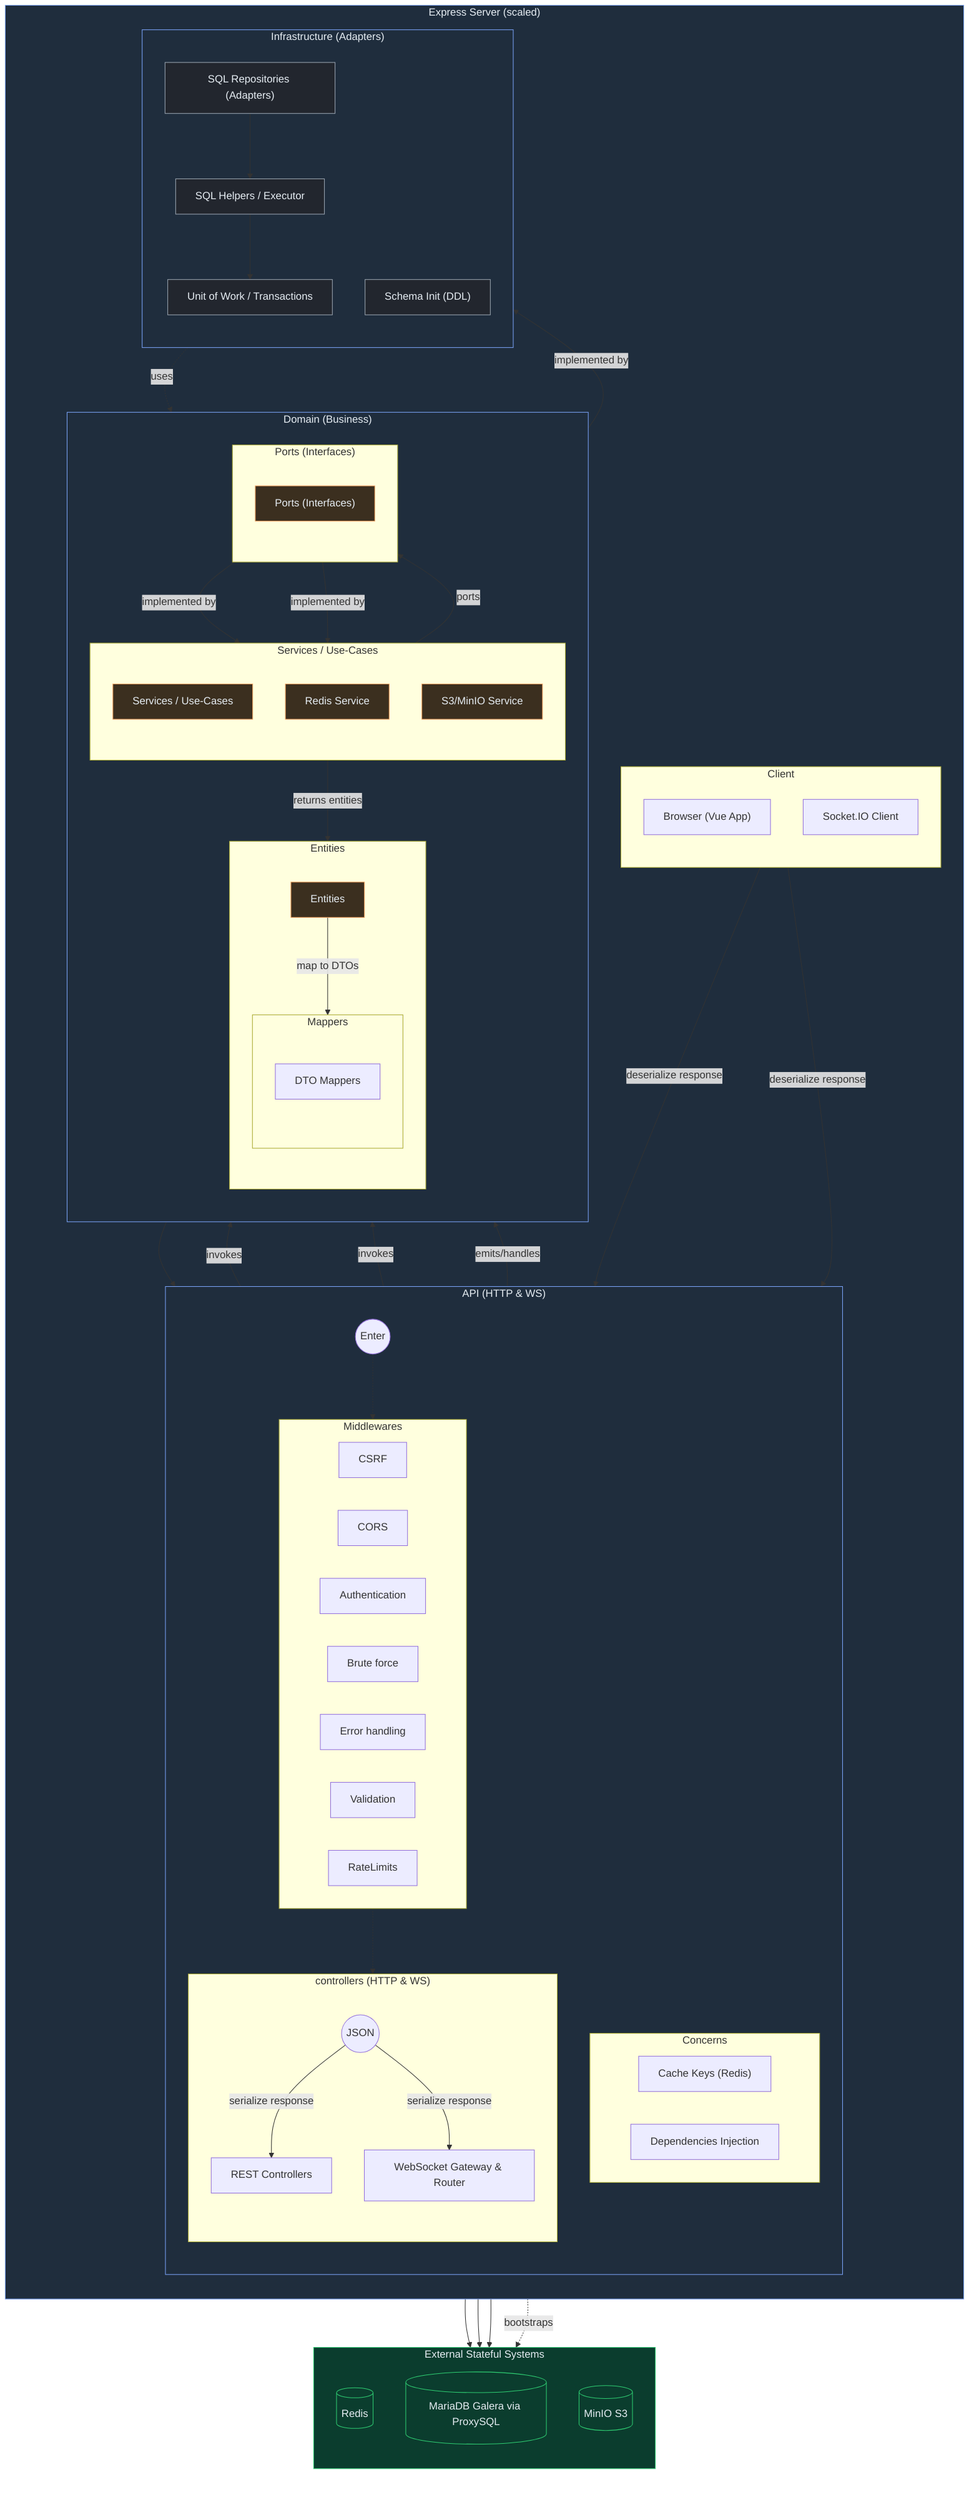
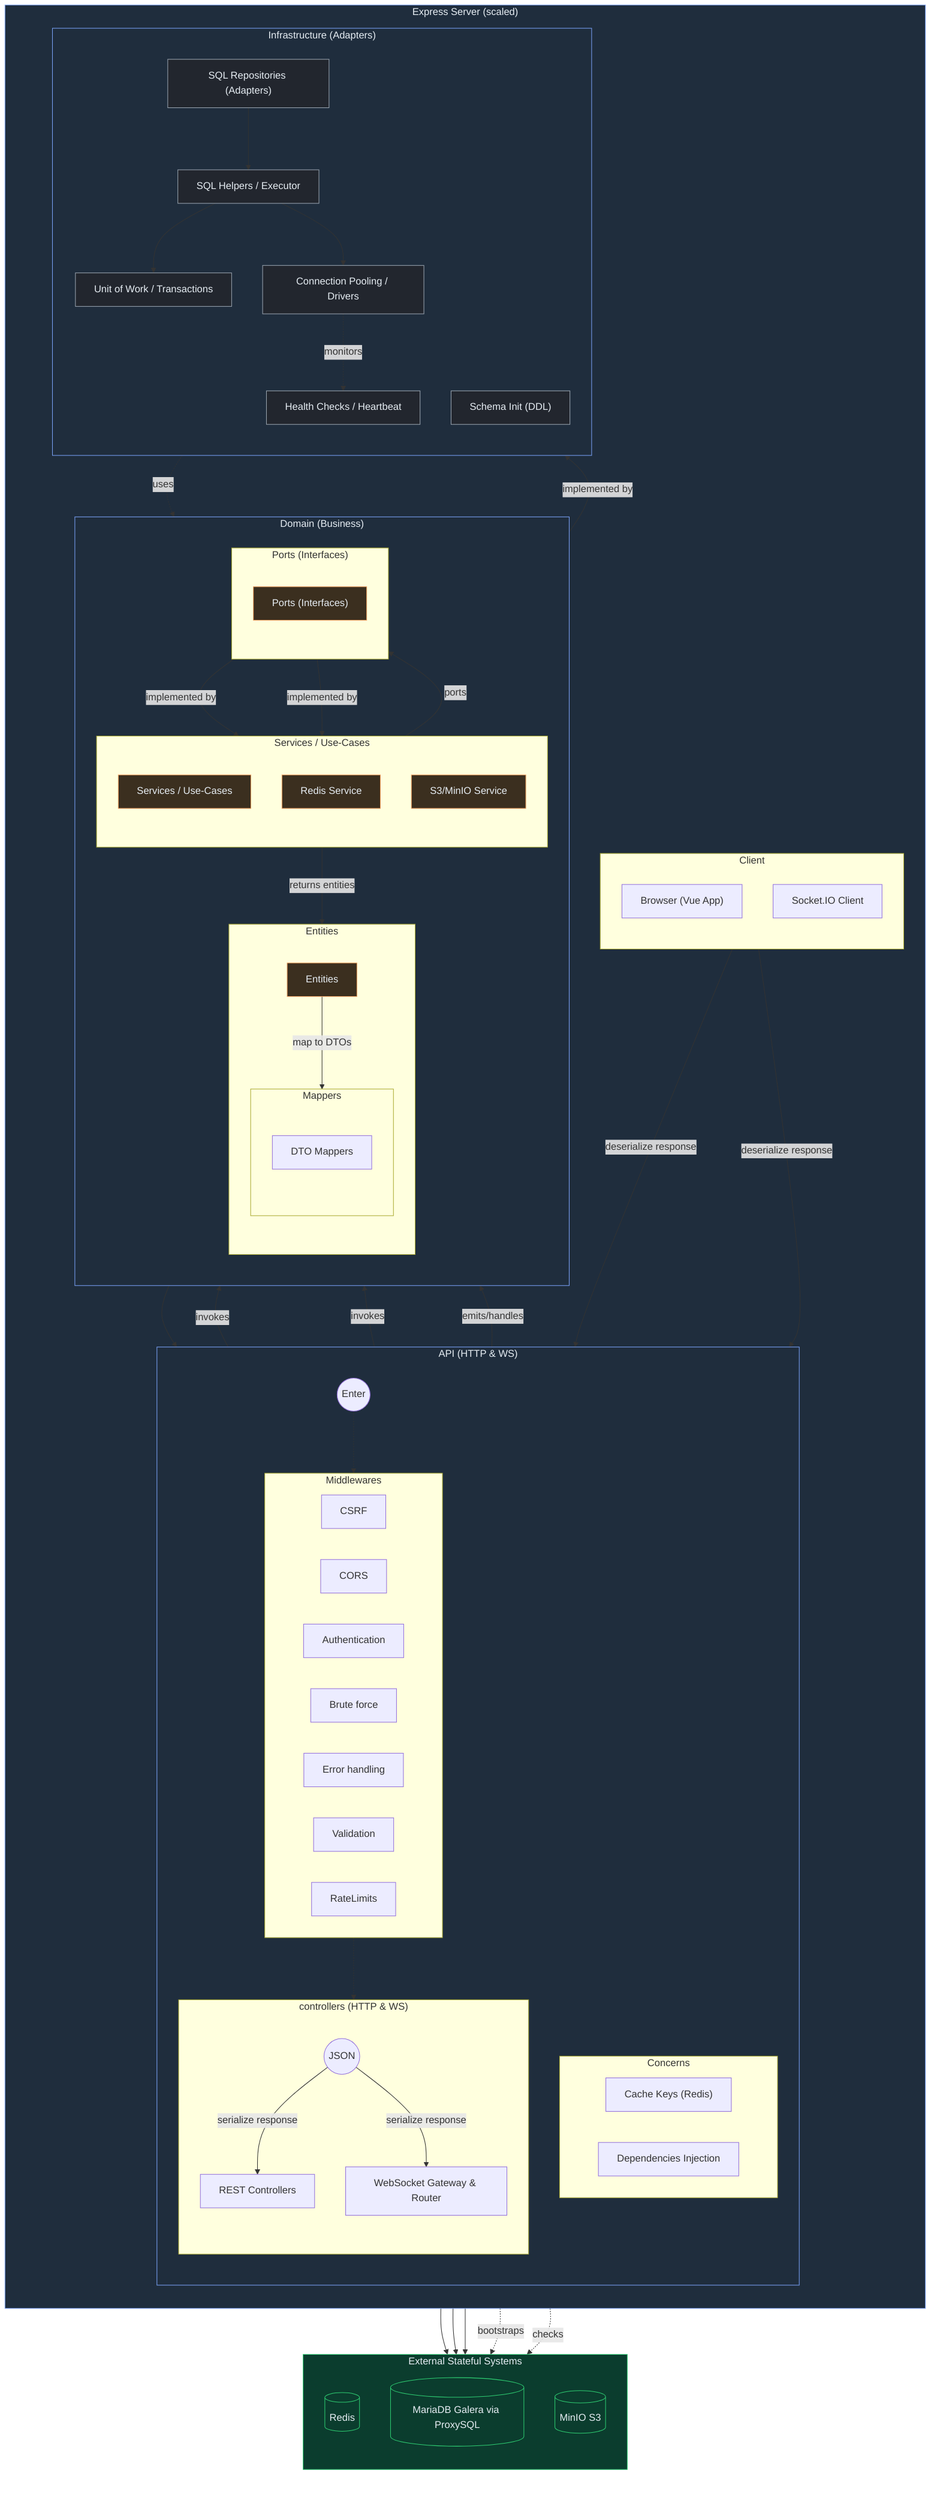
flowchart TB
  subgraph Server["Express Server (scaled)"]
    direction TB

    subgraph Client["Client"]
      direction TB
      Browser["Browser (Vue App)"]
      SocketClient["Socket.IO Client"]
    end

    subgraph API["API (HTTP & WS)"]
      direction TB
      E["Enter"]
      subgraph Concerns["Concerns"]
        CACHEK["Cache Keys (Redis)"]
        DI["Dependencies Injection"]
      end
      subgraph Middlewares["Middlewares"]
        CSRFN["CSRF"]
        CORSN["CORS"]
        AUTH["Authentication"]
        BRFR["Brute force"]
        ERR["Error handling"]
        VAL["Validation"]
        RATES["RateLimits"]
      end
      subgraph Controllers["controllers (HTTP & WS)"]
        direction TB
        J["JSON"]

        REST["REST Controllers"]
        WS["WebSocket Gateway & Router"]
      end

    end

    subgraph Domain["Domain (Business)"]
      direction TB

      subgraph Entities["Entities"]
        direction TB
        ENT["Entities"]
        subgraph Mappers["Mappers"]
          direction TB
          DTO["DTO Mappers"]
        end
      end

      subgraph Services["Services / Use-Cases"]
        direction TB
        SRV["Services / Use-Cases"]
        REDIS["Redis Service"]
        S3["S3/MinIO Service"]
      end

      subgraph Ports["Ports (Interfaces)"]
        direction TB
        IF["Ports (Interfaces)"]
      end
    end

    subgraph Infra["Infrastructure (Adapters)"]
      direction TB
      DBRepos["SQL Repositories (Adapters)"]
      SQL["SQL Helpers / Executor"]
      UOW["Unit of Work / Transactions"]
      MIGR["Schema Init (DDL)"]
+       POOL["Connection Pooling / Drivers"]
+       HEALTH["Health Checks / Heartbeat"]
    end
  end

  subgraph Data["External Stateful Systems"]
    direction TB
    RDS[("Redis")]
    DB[("MariaDB Galera via ProxySQL")]
    MINIO[("MinIO S3")]
  end

  REST -->|invokes| SRV
  WS -->|emits/handles| SRV
  SRV -->|returns entities| ENT
  ENT -->|map to DTOs| DTO
  DTO --> J(( JSON ))
  J -->|serialize response| REST
  J -->|serialize response| WS
  Browser -->|deserialize response| E(( Enter ))
  SocketClient -->|deserialize response| E(( Enter ))
  E(( Enter )) -.-> Middlewares
  Middlewares -.-> Controllers
  Middlewares -->|invokes| SRV
  SRV -->|ports| Ports
  Ports -->|implemented by| DBRepos
  IF -->|implemented by| REDIS --> RDS
  IF -->|implemented by| S3 --> MINIO
  DBRepos --> SQL --> DB
  SQL --> UOW
  DBRepos -.uses .-> ENT
  MIGR -.bootstraps .-> DB
+   SQL --> POOL
+   POOL -.monitors .-> HEALTH
+   HEALTH -.checks .-> DB

  %% Visual styles (dark-friendly)
  classDef comp fill:#1f2d3d,stroke:#7aa2f7,stroke-width:1px,color:#e6edf3
  classDef state fill:#0b3d2e,stroke:#2ecc71,stroke-width:1px,color:#e6edf3
  classDef dom fill:#3b2f1f,stroke:#f4a261,stroke-width:1px,color:#e6edf3
  classDef adp fill:#22262e,stroke:#9aa5b1,stroke-width:1px,color:#e6edf3

  class Server,API,Domain,Infra comp
  class Data,RDS,DB,MINIO state
  class ENT,SRV,IF,REDIS,S3 dom
-   class DBRepos,SQL,MIGR,UOW adp
+   class DBRepos,SQL,MIGR,UOW,POOL,HEALTH adp
